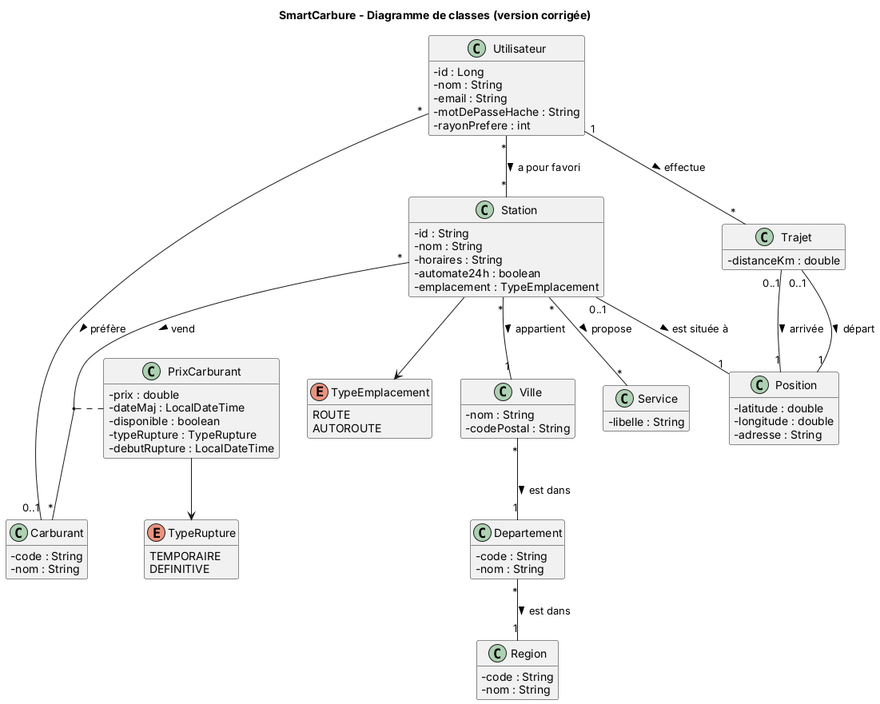
Above: docs/diagrammes/classes.png in AdiyoFouad/SmartCarbure (PlantUML), before the change.
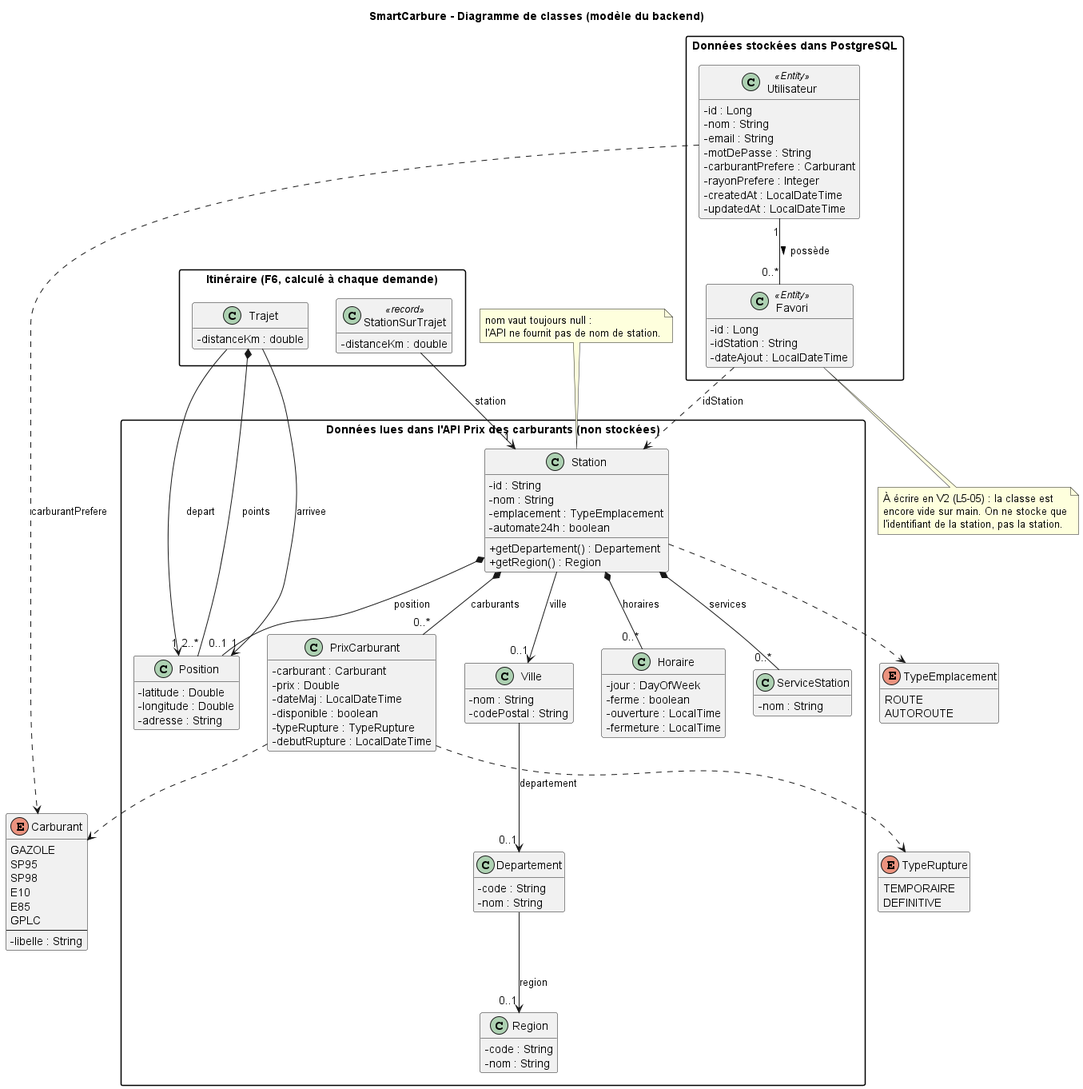
The same file after the commit.

Commit message:
C5 : diagramme de classes mis à jour avec le code de main (source PlantUML ajoutée)

Change to the diagram source:
```diff
@@ -1,7 +1,105 @@
 @startuml classes
-title SmartCarbure - Diagramme de classes (version corrigée)
+
+title SmartCarbure - Diagramme de classes (modèle du backend)
+
 skinparam classAttributeIconSize 0
+skinparam packageStyle rectangle
 hide empty members
+
+package "Données lues dans l'API Prix des carburants (non stockées)" {
+
+  class Station {
+    - id : String
+    - nom : String
+    - emplacement : TypeEmplacement
+    - automate24h : boolean
+    + getDepartement() : Departement
+    + getRegion() : Region
+  }
+
+  class PrixCarburant {
+    - carburant : Carburant
+    - prix : Double
+    - dateMaj : LocalDateTime
+    - disponible : boolean
+    - typeRupture : TypeRupture
+    - debutRupture : LocalDateTime
+  }
+
+  class Position {
+    - latitude : Double
+    - longitude : Double
+    - adresse : String
+  }
+
+  class Ville {
+    - nom : String
+    - codePostal : String
+  }
+
+  class Departement {
+    - code : String
+    - nom : String
+  }
+
+  class Region {
+    - code : String
+    - nom : String
+  }
+
+  class Horaire {
+    - jour : DayOfWeek
+    - ferme : boolean
+    - ouverture : LocalTime
+    - fermeture : LocalTime
+  }
+
+  class ServiceStation {
+    - nom : String
+  }
+}
+
+package "Itinéraire (F6, calculé à chaque demande)" {
+
+  class Trajet {
+    - distanceKm : double
+  }
+
+  class StationSurTrajet <<record>> {
+    - distanceKm : double
+  }
+}
+
+package "Données stockées dans PostgreSQL" {
+
+  class Utilisateur <<Entity>> {
+    - id : Long
+    - nom : String
+    - email : String
+    - motDePasse : String
+    - carburantPrefere : Carburant
+    - rayonPrefere : Integer
+    - createdAt : LocalDateTime
+    - updatedAt : LocalDateTime
+  }
+
+  class Favori <<Entity>> {
+    - id : Long
+    - idStation : String
+    - dateAjout : LocalDateTime
+  }
+}
+
+enum Carburant {
+  GAZOLE
+  SP95
+  SP98
+  E10
+  E85
+  GPLC
+  --
+  - libelle : String
+}
 
 enum TypeEmplacement {
   ROUTE
@@ -13,81 +111,37 @@
   DEFINITIVE
 }
 
-class Station {
-  - id : String
-  - nom : String
-  - horaires : String
-  - automate24h : boolean
-  - emplacement : TypeEmplacement
-}
+Station *-- "0..1" Position : position
+Station --> "0..1" Ville : ville
+Station *-- "0..*" Horaire : horaires
+Station *-- "0..*" ServiceStation : services
+Station *-- "0..*" PrixCarburant : carburants
 
-class Position {
-  - latitude : double
-  - longitude : double
-  - adresse : String
-}
+Ville --> "0..1" Departement : departement
+Departement --> "0..1" Region : region
 
-class Ville {
-  - nom : String
-  - codePostal : String
-}
+Station ..> TypeEmplacement
+PrixCarburant ..> Carburant
+PrixCarburant ..> TypeRupture
+Utilisateur ..> Carburant : carburantPrefere
 
-class Departement {
-  - code : String
-  - nom : String
-}
+Trajet --> "1" Position : depart
+Trajet --> "1" Position : arrivee
+Trajet *-- "2..*" Position : points
+StationSurTrajet --> "1" Station : station
 
-class Region {
-  - code : String
-  - nom : String
-}
+Utilisateur "1" -- "0..*" Favori : possède >
+Favori ..> Station : idStation
 
-class Service {
-  - libelle : String
-}
+note bottom of Favori
+  À écrire en V2 (L5-05) : la classe est
+  encore vide sur main. On ne stocke que
+  l'identifiant de la station, pas la station.
+end note
 
-class Carburant {
-  - code : String
-  - nom : String
-}
+note top of Station
+  nom vaut toujours null :
+  l'API ne fournit pas de nom de station.
+end note
 
-class PrixCarburant {
-  - prix : double
-  - dateMaj : LocalDateTime
-  - disponible : boolean
-  - typeRupture : TypeRupture
-  - debutRupture : LocalDateTime
-}
-
-class Utilisateur {
-  - id : Long
-  - nom : String
-  - email : String
-  - motDePasseHache : String
-  - rayonPrefere : int
-}
-
-class Trajet {
-  - distanceKm : double
-}
-
-Station "*" -- "1" Ville : appartient >
-Ville "*" -- "1" Departement : est dans >
-Departement "*" -- "1" Region : est dans >
-
-Station "*" -- "*" Service : propose >
-Station "*" -- "*" Carburant : vend >
-(Station, Carburant) .. PrixCarburant
-
-Station "0..1" -- "1" Position : est située à >
-
-Trajet "0..1" -- "1" Position : départ >
-Trajet "0..1" -- "1" Position : arrivée >
-
-Utilisateur "*" -- "*" Station : a pour favori >
-Utilisateur "*" -- "0..1" Carburant : préfère >
-Utilisateur "1" -- "*" Trajet : effectue >
-
-Station --> TypeEmplacement
-PrixCarburant --> TypeRupture
 @enduml
```
